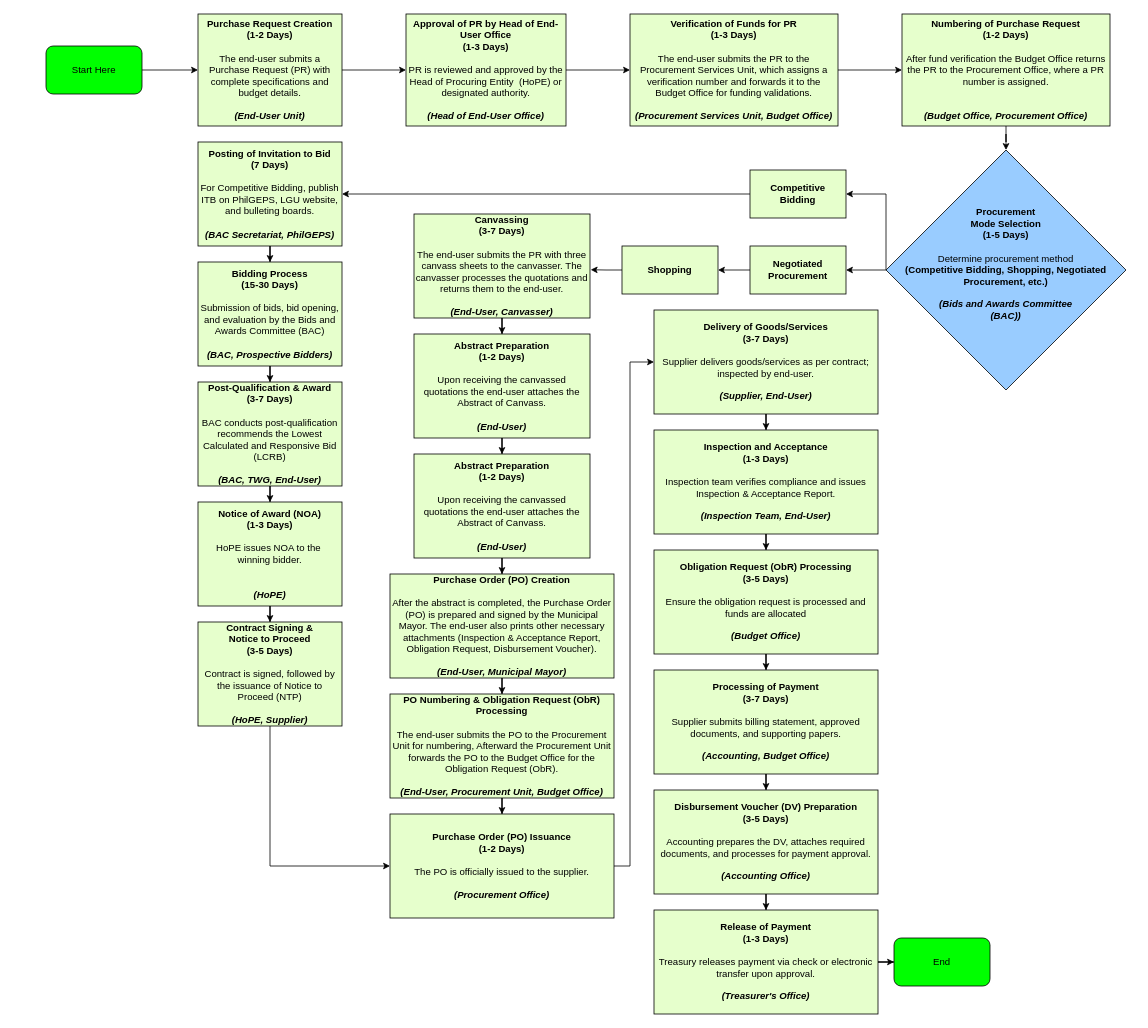
nixon-dev/nixon-dev keeps this draw.io diagram as Untitled Diagram.drawio. Above is the earlier version. Source tidied: cells renumbered, new cells numbered last; positions are measured from the earlier drawing's top-left corner, leaving out a move shared by most shapes. Both pictures are drawn from the tidied source at 80%, with x=0, y=0 at pixel (46, 14).
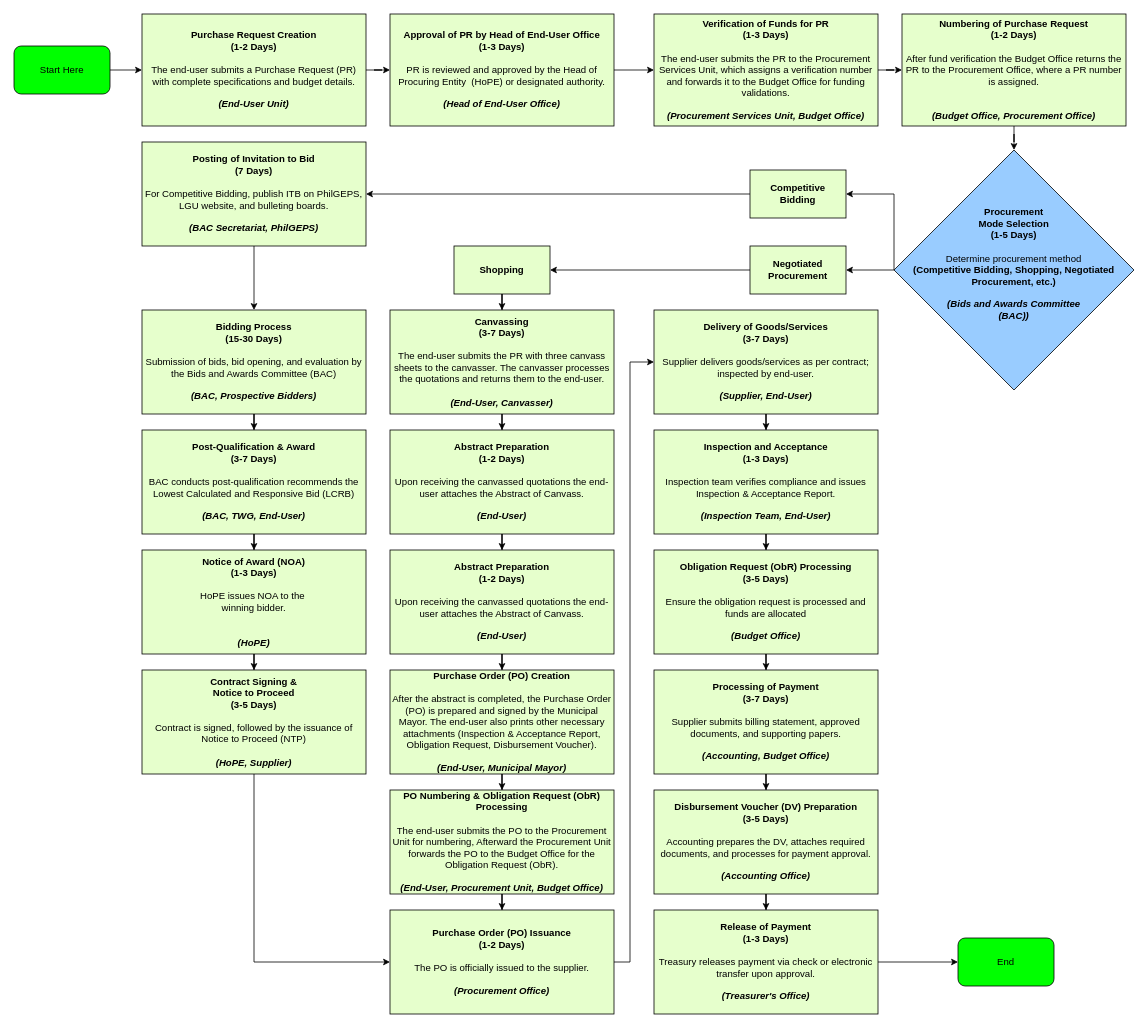
After the change.

Commit message:
Fixed Shape to be more uniform

Unchanged cells that the change refers to:
```xml
<mxCell id="13" value="&lt;b&gt;Competitive&lt;/b&gt;&lt;div&gt;&lt;b&gt;Bidding&lt;/b&gt;&lt;/div&gt;" style="whiteSpace=wrap;html=1;rounded=0;fillColor=#E6FFCC;" parent="1" vertex="1">
  <mxGeometry x="880" y="195" width="120" height="60" as="geometry" />
</mxCell>
<mxCell id="39" value="&lt;div&gt;&lt;b style=&quot;background-color: transparent; color: light-dark(rgb(0, 0, 0), rgb(255, 255, 255));&quot;&gt;Delivery of Goods/Services&lt;/b&gt;&lt;/div&gt;&lt;div&gt;&lt;b style=&quot;background-color: transparent; color: light-dark(rgb(0, 0, 0), rgb(255, 255, 255));&quot;&gt;(3-7 Days)&lt;/b&gt;&lt;/div&gt;&lt;div&gt;&lt;br&gt;&lt;/div&gt;&lt;div&gt;Supplier delivers goods/services as per contract; inspected by end-user.&lt;/div&gt;&lt;div&gt;&lt;br&gt;&lt;/div&gt;&lt;div&gt;&lt;b&gt;&lt;i&gt;(Supplier, End-User)&lt;/i&gt;&lt;/b&gt;&lt;/div&gt;" style="whiteSpace=wrap;html=1;rounded=0;fillColor=#E6FFCC;" parent="1" vertex="1">
  <mxGeometry x="760" y="370" width="280" height="130" as="geometry" />
</mxCell>
```

The edit, as a diff of the source:
```diff
@@
     <mxCell id="3" value="&lt;b&gt;Purchase Request Creation&lt;/b&gt;&lt;div&gt;&lt;b style=&quot;background-color: transparent; color: light-dark(rgb(0, 0, 0), rgb(255, 255, 255));&quot;&gt;(1-2 Days)&lt;/b&gt;&lt;div&gt;&lt;b&gt;&lt;br&gt;&lt;/b&gt;&lt;/div&gt;&lt;div&gt;The end-user submits a Purchase Request (PR) with complete specifications and budget details.&lt;/div&gt;&lt;div&gt;&lt;br&gt;&lt;/div&gt;&lt;div&gt;&lt;b&gt;&lt;i&gt;(End-User Unit)&lt;/i&gt;&lt;/b&gt;&lt;/div&gt;&lt;/div&gt;" style="whiteSpace=wrap;html=1;rounded=0;fillColor=#E6FFCC;" parent="1" vertex="1">
-      <mxGeometry x="190" width="180" height="140" as="geometry" />
+      <mxGeometry x="120" width="280" height="140" as="geometry" />
     </mxCell>
@@
     <mxCell id="5" value="&lt;div&gt;&lt;b&gt;Approval of PR by Head of End-User Office&lt;/b&gt;&lt;/div&gt;&lt;div&gt;&lt;b&gt;(1-3 Days)&lt;/b&gt;&lt;/div&gt;&lt;div&gt;&lt;b&gt;&lt;br&gt;&lt;/b&gt;&lt;/div&gt;&lt;div&gt;PR is reviewed and approved by the Head of Procuring Entity&amp;nbsp; (HoPE) or designated authority.&lt;/div&gt;&lt;div&gt;&lt;br&gt;&lt;/div&gt;&lt;div&gt;&lt;b&gt;&lt;i&gt;(Head of End-User Office)&lt;/i&gt;&lt;/b&gt;&lt;/div&gt;" style="whiteSpace=wrap;html=1;rounded=0;fillColor=#E6FFCC;" parent="1" vertex="1">
-      <mxGeometry x="450" width="200" height="140" as="geometry" />
+      <mxGeometry x="430" width="280" height="140" as="geometry" />
     </mxCell>
@@
     <mxCell id="7" value="&lt;div&gt;&lt;b&gt;Verification of Funds for PR&lt;/b&gt;&lt;/div&gt;&lt;div&gt;&lt;b&gt;(1-3 Days)&lt;/b&gt;&lt;/div&gt;&lt;div&gt;&lt;b&gt;&lt;br&gt;&lt;/b&gt;&lt;/div&gt;&lt;div&gt;The end-user submits the PR to the Procurement Services Unit, which assigns a verification number and forwards it to the Budget Office for funding validations.&lt;/div&gt;&lt;div&gt;&lt;br&gt;&lt;/div&gt;&lt;div&gt;&lt;b&gt;&lt;i&gt;(Procurement Services Unit, Budget Office)&lt;/i&gt;&lt;/b&gt;&lt;/div&gt;" style="whiteSpace=wrap;html=1;rounded=0;fillColor=#E6FFCC;" parent="1" vertex="1">
-      <mxGeometry x="730" width="260" height="140" as="geometry" />
+      <mxGeometry x="760" width="280" height="140" as="geometry" />
     </mxCell>
@@
     <mxCell id="9" value="&lt;div&gt;&lt;b&gt;Numbering of Purchase Request&lt;/b&gt;&lt;/div&gt;&lt;div&gt;&lt;b&gt;(1-2 Days)&lt;/b&gt;&lt;/div&gt;&lt;div&gt;&lt;br&gt;&lt;/div&gt;&lt;div&gt;After fund verification the Budget Office returns the PR to the Procurement Office, where a PR number is assigned.&lt;/div&gt;&lt;div&gt;&lt;br&gt;&lt;/div&gt;&lt;div&gt;&lt;br&gt;&lt;/div&gt;&lt;div&gt;&lt;b&gt;&lt;i&gt;(Budget Office, Procurement Office)&lt;/i&gt;&lt;/b&gt;&lt;/div&gt;" style="whiteSpace=wrap;html=1;rounded=0;fillColor=#E6FFCC;" parent="1" vertex="1">
-      <mxGeometry x="1070" width="260" height="140" as="geometry" />
+      <mxGeometry x="1070" width="280" height="140" as="geometry" />
     </mxCell>
@@
     <mxCell id="11" value="&lt;b&gt;Procurement&lt;/b&gt;&lt;div&gt;&lt;b&gt;Mode Selection&lt;br&gt;(1-5 Days)&lt;/b&gt;&lt;/div&gt;&lt;div&gt;&lt;b&gt;&lt;br&gt;&lt;/b&gt;&lt;/div&gt;&lt;div&gt;Determine procurement method&lt;/div&gt;&lt;div&gt;&lt;b&gt;(Competitive Bidding, Shopping, Negotiated Procurement, etc.)&lt;/b&gt;&lt;/div&gt;&lt;div&gt;&lt;b&gt;&lt;br&gt;&lt;/b&gt;&lt;/div&gt;&lt;div&gt;&lt;b&gt;&lt;i&gt;(Bids and Awards Committee&lt;/i&gt;&lt;/b&gt;&lt;/div&gt;&lt;div&gt;&lt;b&gt;&lt;i&gt;(BAC))&lt;/i&gt;&lt;/b&gt;&lt;/div&gt;&lt;div&gt;&lt;b&gt;&lt;br&gt;&lt;/b&gt;&lt;/div&gt;" style="rhombus;whiteSpace=wrap;html=1;rounded=0;fillColor=#99CCFF;" parent="1" vertex="1">
-      <mxGeometry x="1050" y="170" width="300" height="300" as="geometry" />
+      <mxGeometry x="1060" y="170" width="300" height="300" as="geometry" />
     </mxCell>
@@
     <mxCell id="17" value="&lt;b&gt;Posting of Invitation to Bid&lt;/b&gt;&lt;div&gt;&lt;b&gt;(7 Days)&lt;/b&gt;&lt;/div&gt;&lt;div&gt;&lt;br&gt;&lt;/div&gt;&lt;div&gt;For Competitive Bidding, publish ITB on PhilGEPS, LGU website, and bulleting boards.&lt;/div&gt;&lt;div&gt;&lt;br&gt;&lt;/div&gt;&lt;div&gt;&lt;b&gt;&lt;i&gt;(BAC Secretariat, PhilGEPS)&lt;/i&gt;&lt;/b&gt;&lt;/div&gt;" style="whiteSpace=wrap;html=1;rounded=0;fillColor=#E6FFCC;" parent="1" vertex="1">
-      <mxGeometry x="190" y="160" width="180" height="130" as="geometry" />
+      <mxGeometry x="120" y="160" width="280" height="130" as="geometry" />
     </mxCell>
@@
     <mxCell id="19" value="&lt;div&gt;&lt;b&gt;Bidding Process&lt;/b&gt;&lt;/div&gt;&lt;div&gt;&lt;b&gt;(15-30 Days)&lt;/b&gt;&lt;/div&gt;&lt;div&gt;&lt;br&gt;&lt;/div&gt;&lt;div&gt;Submission of bids, bid opening, and evaluation by the Bids and Awards Committee (BAC)&lt;/div&gt;&lt;div&gt;&lt;br&gt;&lt;/div&gt;&lt;div&gt;&lt;b&gt;&lt;i&gt;(BAC, Prospective Bidders)&lt;/i&gt;&lt;/b&gt;&lt;/div&gt;" style="whiteSpace=wrap;html=1;rounded=0;fillColor=#E6FFCC;" parent="1" vertex="1">
-      <mxGeometry x="190" y="310" width="180" height="130" as="geometry" />
+      <mxGeometry x="120" y="370" width="280" height="130" as="geometry" />
     </mxCell>
-    <mxCell id="20" style="edgeStyle=orthogonalEdgeStyle;rounded=0;jettySize=auto;html=1;entryX=1.004;entryY=0.536;entryDx=0;entryDy=0;entryPerimeter=0;" parent="1" edge="1" source="21" target="23">
+    <mxCell id="20" style="edgeStyle=orthogonalEdgeStyle;rounded=0;jettySize=auto;html=1;" parent="1" edge="1" source="21" target="23">
       <mxGeometry relative="1" as="geometry" />
     </mxCell>
     <mxCell id="21" value="&lt;b&gt;Shopping&lt;/b&gt;" style="whiteSpace=wrap;html=1;rounded=0;fillColor=#E6FFCC;" parent="1" vertex="1">
-      <mxGeometry x="720" y="290" width="120" height="60" as="geometry" />
+      <mxGeometry x="510" y="290" width="120" height="60" as="geometry" />
     </mxCell>
@@
     <mxCell id="23" value="&lt;div&gt;&lt;b&gt;Canvassing&lt;/b&gt;&lt;/div&gt;&lt;div&gt;&lt;b&gt;(3-7 Days)&lt;/b&gt;&lt;/div&gt;&lt;div&gt;&lt;span style=&quot;background-color: transparent; color: light-dark(rgb(0, 0, 0), rgb(255, 255, 255));&quot;&gt;&lt;br&gt;&lt;/span&gt;&lt;/div&gt;&lt;div&gt;&lt;span style=&quot;background-color: transparent; color: light-dark(rgb(0, 0, 0), rgb(255, 255, 255));&quot;&gt;The end-user submits the PR with three canvass sheets to the canvasser. The canvasser processes the quotations and returns them to the end-user.&lt;/span&gt;&lt;/div&gt;&lt;div&gt;&lt;span style=&quot;background-color: transparent; color: light-dark(rgb(0, 0, 0), rgb(255, 255, 255));&quot;&gt;&lt;br&gt;&lt;/span&gt;&lt;/div&gt;&lt;div&gt;&lt;b&gt;&lt;i&gt;(End-User, Canvasser)&lt;/i&gt;&lt;/b&gt;&lt;/div&gt;" style="whiteSpace=wrap;html=1;rounded=0;fillColor=#E6FFCC;" parent="1" vertex="1">
-      <mxGeometry x="460" y="250" width="220" height="130" as="geometry" />
+      <mxGeometry x="430" y="370" width="280" height="130" as="geometry" />
     </mxCell>
@@
     <mxCell id="25" value="&lt;div&gt;&lt;b&gt;Post-Qualification &amp;amp; Award&lt;/b&gt;&lt;/div&gt;&lt;div&gt;&lt;b&gt;(3-7 Days)&lt;/b&gt;&lt;/div&gt;&lt;div&gt;&lt;br&gt;&lt;/div&gt;&lt;div&gt;BAC conducts post-qualification recommends the Lowest Calculated and Responsive Bid (LCRB)&lt;/div&gt;&lt;div&gt;&lt;br&gt;&lt;/div&gt;&lt;div&gt;&lt;b&gt;&lt;i&gt;(BAC, TWG, End-User)&lt;/i&gt;&lt;/b&gt;&lt;/div&gt;" style="whiteSpace=wrap;html=1;rounded=0;fillColor=#E6FFCC;" parent="1" vertex="1">
-      <mxGeometry x="190" y="460" width="180" height="130" as="geometry" />
+      <mxGeometry x="120" y="520" width="280" height="130" as="geometry" />
     </mxCell>
@@
     <mxCell id="27" value="&lt;div&gt;&lt;b style=&quot;background-color: transparent; color: light-dark(rgb(0, 0, 0), rgb(255, 255, 255));&quot;&gt;Notice of Award (NOA)&lt;/b&gt;&lt;/div&gt;&lt;div&gt;&lt;b style=&quot;background-color: transparent; color: light-dark(rgb(0, 0, 0), rgb(255, 255, 255));&quot;&gt;(1-3 Days)&lt;/b&gt;&lt;/div&gt;&lt;div&gt;&lt;br&gt;&lt;/div&gt;&lt;div&gt;HoPE issues NOA to the&amp;nbsp;&lt;/div&gt;&lt;div&gt;winning bidder.&lt;/div&gt;&lt;div&gt;&lt;br&gt;&lt;/div&gt;&lt;div&gt;&lt;br&gt;&lt;/div&gt;&lt;div&gt;&lt;b&gt;&lt;i&gt;(HoPE)&lt;/i&gt;&lt;/b&gt;&lt;/div&gt;" style="whiteSpace=wrap;html=1;rounded=0;fillColor=#E6FFCC;" parent="1" vertex="1">
-      <mxGeometry x="190" y="610" width="180" height="130" as="geometry" />
+      <mxGeometry x="120" y="670" width="280" height="130" as="geometry" />
     </mxCell>
     <mxCell id="28" value="&lt;div&gt;&lt;b style=&quot;background-color: transparent; color: light-dark(rgb(0, 0, 0), rgb(255, 255, 255));&quot;&gt;Contract Signing &amp;amp;&lt;/b&gt;&lt;/div&gt;&lt;div&gt;&lt;b style=&quot;background-color: transparent; color: light-dark(rgb(0, 0, 0), rgb(255, 255, 255));&quot;&gt;Notice to Proceed&lt;/b&gt;&lt;/div&gt;&lt;div&gt;&lt;b style=&quot;background-color: transparent; color: light-dark(rgb(0, 0, 0), rgb(255, 255, 255));&quot;&gt;(3-5 Days)&lt;/b&gt;&lt;/div&gt;&lt;div&gt;&lt;br&gt;&lt;/div&gt;&lt;div&gt;Contract is signed, followed by the issuance of Notice to Proceed (NTP)&lt;/div&gt;&lt;div&gt;&lt;br&gt;&lt;/div&gt;&lt;div&gt;&lt;b&gt;&lt;i&gt;(HoPE, Supplier)&lt;/i&gt;&lt;/b&gt;&lt;/div&gt;" style="whiteSpace=wrap;html=1;rounded=0;fillColor=#E6FFCC;" parent="1" vertex="1">
-      <mxGeometry x="190" y="760" width="180" height="130" as="geometry" />
+      <mxGeometry x="120" y="820" width="280" height="130" as="geometry" />
     </mxCell>
     <mxCell id="29" value="&lt;div&gt;&lt;b style=&quot;background-color: transparent; color: light-dark(rgb(0, 0, 0), rgb(255, 255, 255));&quot;&gt;Purchase Order (PO) Issuance&lt;/b&gt;&lt;/div&gt;&lt;div&gt;&lt;b style=&quot;background-color: transparent; color: light-dark(rgb(0, 0, 0), rgb(255, 255, 255));&quot;&gt;(1-2 Days)&lt;/b&gt;&lt;/div&gt;&lt;div&gt;&lt;br&gt;&lt;/div&gt;&lt;div&gt;The PO is officially issued to the supplier.&lt;/div&gt;&lt;div&gt;&lt;br&gt;&lt;/div&gt;&lt;div&gt;&lt;b&gt;&lt;i&gt;(Procurement Office)&lt;/i&gt;&lt;/b&gt;&lt;/div&gt;" style="whiteSpace=wrap;html=1;rounded=0;fillColor=#E6FFCC;" parent="1" vertex="1">
-      <mxGeometry x="430" y="1000" width="280" height="130" as="geometry" />
+      <mxGeometry x="430" y="1120" width="280" height="130" as="geometry" />
     </mxCell>
@@
     <mxCell id="31" value="&lt;div&gt;&lt;b&gt;Abstract Preparation&lt;/b&gt;&lt;/div&gt;&lt;div&gt;&lt;b&gt;(1-2 Days)&lt;/b&gt;&lt;/div&gt;&lt;div&gt;&lt;span style=&quot;background-color: transparent; color: light-dark(rgb(0, 0, 0), rgb(255, 255, 255));&quot;&gt;&lt;br&gt;&lt;/span&gt;&lt;/div&gt;&lt;div&gt;&lt;span style=&quot;background-color: transparent; color: light-dark(rgb(0, 0, 0), rgb(255, 255, 255));&quot;&gt;Upon receiving the canvassed quotations the end-user attaches the Abstract of Canvass.&lt;/span&gt;&lt;/div&gt;&lt;div&gt;&lt;span style=&quot;background-color: transparent; color: light-dark(rgb(0, 0, 0), rgb(255, 255, 255));&quot;&gt;&lt;br&gt;&lt;/span&gt;&lt;/div&gt;&lt;div&gt;&lt;b&gt;&lt;i&gt;(End-User)&lt;/i&gt;&lt;/b&gt;&lt;/div&gt;" style="whiteSpace=wrap;html=1;rounded=0;fillColor=#E6FFCC;" parent="1" vertex="1">
-      <mxGeometry x="460" y="400" width="220" height="130" as="geometry" />
+      <mxGeometry x="430" y="520" width="280" height="130" as="geometry" />
     </mxCell>
@@
     <mxCell id="33" value="&lt;div&gt;&lt;b&gt;Abstract Preparation&lt;/b&gt;&lt;/div&gt;&lt;div&gt;&lt;b&gt;(1-2 Days)&lt;/b&gt;&lt;/div&gt;&lt;div&gt;&lt;span style=&quot;background-color: transparent; color: light-dark(rgb(0, 0, 0), rgb(255, 255, 255));&quot;&gt;&lt;br&gt;&lt;/span&gt;&lt;/div&gt;&lt;div&gt;&lt;span style=&quot;background-color: transparent; color: light-dark(rgb(0, 0, 0), rgb(255, 255, 255));&quot;&gt;Upon receiving the canvassed quotations the end-user attaches the Abstract of Canvass.&lt;/span&gt;&lt;/div&gt;&lt;div&gt;&lt;span style=&quot;background-color: transparent; color: light-dark(rgb(0, 0, 0), rgb(255, 255, 255));&quot;&gt;&lt;br&gt;&lt;/span&gt;&lt;/div&gt;&lt;div&gt;&lt;b&gt;&lt;i&gt;(End-User)&lt;/i&gt;&lt;/b&gt;&lt;/div&gt;" style="whiteSpace=wrap;html=1;rounded=0;fillColor=#E6FFCC;" parent="1" vertex="1">
-      <mxGeometry x="460" y="550" width="220" height="130" as="geometry" />
+      <mxGeometry x="430" y="670" width="280" height="130" as="geometry" />
     </mxCell>
@@
     <mxCell id="35" value="&lt;div&gt;&lt;b&gt;Purchase Order (PO) Creation&lt;/b&gt;&lt;/div&gt;&lt;div&gt;&lt;span style=&quot;background-color: transparent; color: light-dark(rgb(0, 0, 0), rgb(255, 255, 255));&quot;&gt;&lt;br&gt;&lt;/span&gt;&lt;/div&gt;&lt;div&gt;&lt;span style=&quot;background-color: transparent; color: light-dark(rgb(0, 0, 0), rgb(255, 255, 255));&quot;&gt;After the abstract is completed, the Purchase Order (PO) is prepared and signed by the Municipal Mayor. The end-user also prints other necessary attachments (Inspection &amp;amp; Acceptance Report, Obligation Request, Disbursement Voucher).&lt;/span&gt;&lt;/div&gt;&lt;div&gt;&lt;span style=&quot;background-color: transparent; color: light-dark(rgb(0, 0, 0), rgb(255, 255, 255));&quot;&gt;&lt;br&gt;&lt;/span&gt;&lt;/div&gt;&lt;div&gt;&lt;b&gt;&lt;i&gt;(End-User, Municipal Mayor)&lt;/i&gt;&lt;/b&gt;&lt;/div&gt;" style="whiteSpace=wrap;html=1;rounded=0;fillColor=#E6FFCC;" parent="1" vertex="1">
-      <mxGeometry x="430" y="700" width="280" height="130" as="geometry" />
+      <mxGeometry x="430" y="820" width="280" height="130" as="geometry" />
     </mxCell>
@@
     <mxCell id="37" value="&lt;div&gt;&lt;b&gt;PO Numbering &amp;amp; Obligation Request (ObR) Processing&lt;/b&gt;&lt;/div&gt;&lt;div&gt;&lt;span style=&quot;background-color: transparent; color: light-dark(rgb(0, 0, 0), rgb(255, 255, 255));&quot;&gt;&lt;br&gt;&lt;/span&gt;&lt;/div&gt;&lt;div&gt;The end-user submits the PO to the Procurement Unit for numbering, Afterward the Procurement Unit forwards the PO to the Budget Office for the Obligation Request (ObR).&lt;/div&gt;&lt;div&gt;&lt;br&gt;&lt;/div&gt;&lt;div&gt;&lt;b&gt;&lt;i&gt;(End-User, Procurement Unit, Budget Office)&lt;/i&gt;&lt;/b&gt;&lt;/div&gt;" style="whiteSpace=wrap;html=1;rounded=0;fillColor=#E6FFCC;" parent="1" vertex="1">
-      <mxGeometry x="430" y="850" width="280" height="130" as="geometry" />
+      <mxGeometry x="430" y="970" width="280" height="130" as="geometry" />
     </mxCell>
@@
     <mxCell id="40" style="edgeStyle=none;jettySize=auto;html=1;rounded=0;exitX=1;exitY=0.5;exitDx=0;exitDy=0;entryX=0;entryY=0.5;entryDx=0;entryDy=0;" parent="1" edge="1" source="29" target="39">
       <mxGeometry relative="1" as="geometry">
         <Array as="points">
-          <mxPoint x="730" y="1065" />
+          <mxPoint x="730" y="1185" />
           <mxPoint x="730" y="435" />
         </Array>
       </mxGeometry>
     </mxCell>
@@
     <mxCell id="51" value="End" style="rounded=1;whiteSpace=wrap;html=1;fillColor=#00FF00;" parent="1" vertex="1">
-      <mxGeometry x="1060" y="1155" width="120" height="60" as="geometry" />
+      <mxGeometry x="1140" y="1155" width="120" height="60" as="geometry" />
     </mxCell>
     <mxCell id="52" style="edgeStyle=none;jettySize=auto;html=1;rounded=0;exitX=0;exitY=0.5;exitDx=0;exitDy=0;entryX=1;entryY=0.5;entryDx=0;entryDy=0;" parent="1" edge="1" source="11" target="13">
       <mxGeometry relative="1" as="geometry">
         <Array as="points">
-          <mxPoint x="1050" y="225" />
+          <mxPoint x="1060" y="225" />
         </Array>
       </mxGeometry>
     </mxCell>
     <mxCell id="53" style="edgeStyle=none;jettySize=auto;html=1;rounded=0;entryX=0;entryY=0.5;entryDx=0;entryDy=0;exitX=0.5;exitY=1;exitDx=0;exitDy=0;fontStyle=1;" parent="1" edge="1" source="28" target="29">
       <mxGeometry relative="1" as="geometry">
         <Array as="points">
-          <mxPoint x="280" y="1065" />
+          <mxPoint x="260" y="1185" />
         </Array>
       </mxGeometry>
     </mxCell>
@@
     <mxCell id="55" value="Start Here" style="rounded=1;whiteSpace=wrap;html=1;fillColor=#00FF00;" parent="1" vertex="1">
-      <mxGeometry y="40" width="120" height="60" as="geometry" />
+      <mxGeometry x="-40" y="40" width="120" height="60" as="geometry" />
     </mxCell>
```
